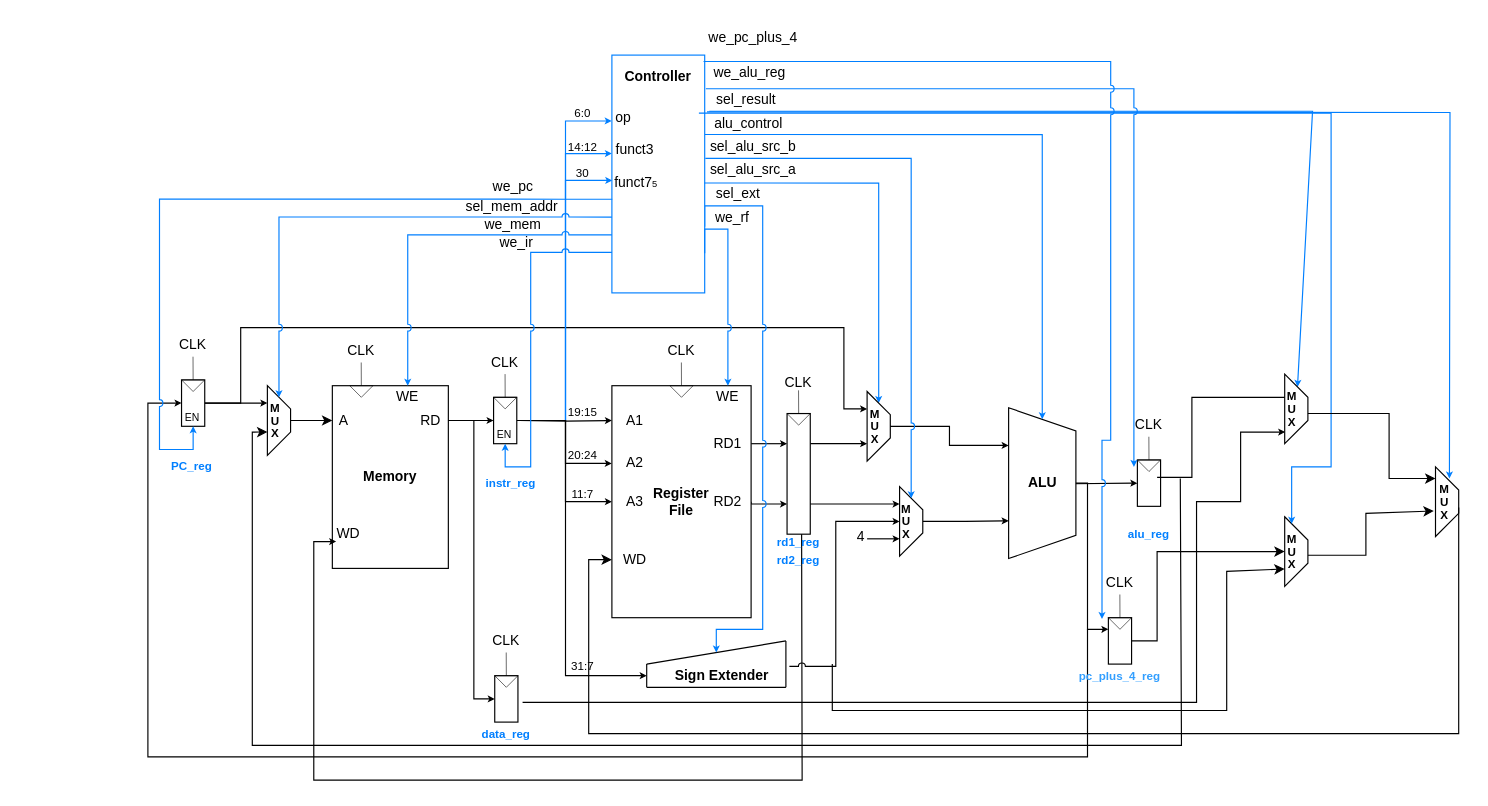
The draw.io diagram multi_cycle/rv_mc_drawio/hdl-2-1_finished.drawio in Mistryu/RISC-V-processor-Verilog, before the edit. Source tidied: cells renumbered, new cells numbered last; positions are measured from the earlier drawing's top-left corner, leaving out a move shared by most shapes. Both pictures are drawn from the tidied source at 116%, with x=0, y=0 at pixel (147, 20).
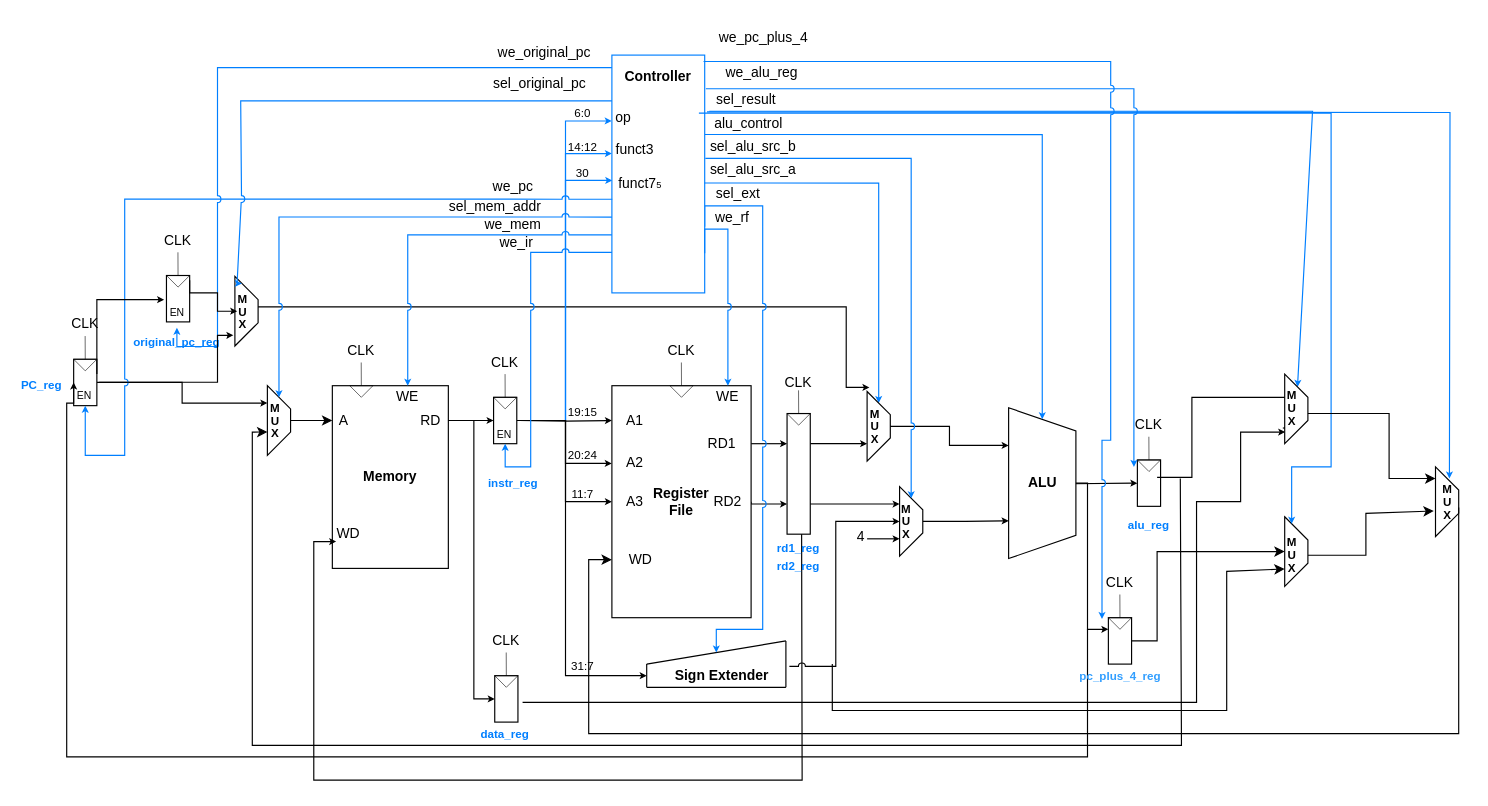
Above is the later version.

Unchanged cells that the change refers to:
```xml
<mxCell id="58" style="rounded=0;whiteSpace=wrap;html=1;strokeColor=#007FFF;" parent="1" vertex="1">
  <mxGeometry x="400" y="30" width="80" height="205" as="geometry" />
</mxCell>
<mxCell id="89" style="shape=trapezoid;perimeter=trapezoidPerimeter;whiteSpace=wrap;html=1;fixedSize=1;rotation=90;" parent="1" vertex="1">
  <mxGeometry x="600" y="340" width="60" height="20" as="geometry" />
</mxCell>
```

The edit, as a diff of the source:
```diff
@@
-    <mxCell id="2" style="edgeStyle=orthogonalEdgeStyle;rounded=0;jettySize=auto;html=1;exitX=1;exitY=0.5;exitDx=0;exitDy=0;entryX=0.25;entryY=1;entryDx=0;entryDy=0;endSize=3;startSize=3;" parent="1" edge="1" source="12" target="89">
+    <mxCell id="2" style="edgeStyle=orthogonalEdgeStyle;rounded=0;jettySize=auto;html=1;entryX=0.25;entryY=1;entryDx=0;entryDy=0;endSize=3;startSize=3;" parent="1" edge="1" source="156">
       <mxGeometry relative="1" as="geometry">
+        <mxPoint x="622" y="316.5" as="targetPoint" />
         <Array as="points">
-          <mxPoint x="80" y="330" />
-          <mxPoint x="80" y="265" />
-          <mxPoint x="600" y="265" />
-          <mxPoint x="600" y="335" />
+          <mxPoint x="82" y="247" />
+          <mxPoint x="602" y="247" />
+          <mxPoint x="602" y="317" />
         </Array>
       </mxGeometry>
     </mxCell>
@@
     <mxCell id="12" style="rounded=0;whiteSpace=wrap;html=1;" parent="1" vertex="1">
-      <mxGeometry x="29" y="310" width="20" height="40" as="geometry" />
+      <mxGeometry x="-64" y="292.2" width="20" height="40" as="geometry" />
     </mxCell>
     <mxCell id="13" style="edgeStyle=orthogonalEdgeStyle;rounded=0;jettySize=auto;html=1;exitX=0;exitY=0.5;exitDx=0;exitDy=0;endArrow=none;endFill=0;strokeWidth=0.5;" parent="1" edge="1" source="14">
       <mxGeometry relative="1" as="geometry">
-        <mxPoint x="38.9" y="290" as="targetPoint" />
+        <mxPoint x="-54.1" y="272.2" as="targetPoint" />
       </mxGeometry>
     </mxCell>
     <mxCell id="14" style="triangle;whiteSpace=wrap;html=1;rotation=90;strokeWidth=0.5;fillColor=none;" parent="1" vertex="1">
-      <mxGeometry x="34" y="305" width="10" height="20" as="geometry" />
+      <mxGeometry x="-59" y="287.2" width="10" height="20" as="geometry" />
     </mxCell>
@@
     <mxCell id="25" style="edgeStyle=orthogonalEdgeStyle;rounded=0;jettySize=auto;html=1;entryX=0;entryY=0.5;entryDx=0;entryDy=0;endSize=3;startSize=3;" parent="1" edge="1" target="12">
       <mxGeometry relative="1" as="geometry">
         <mxPoint x="810" y="525" as="sourcePoint" />
         <Array as="points">
           <mxPoint x="810" y="635" />
-          <mxPoint y="635" />
-          <mxPoint y="330" />
+          <mxPoint x="-70" y="635" />
+          <mxPoint x="-70" y="330" />
+          <mxPoint x="-64" y="330" />
         </Array>
       </mxGeometry>
     </mxCell>
@@
     <mxCell id="34" value="&lt;div style=&quot;line-height: 90%;&quot;&gt;&lt;font style=&quot;font-size: 10px; line-height: 90%;&quot;&gt;&lt;b&gt;M&lt;/b&gt;&lt;/font&gt;&lt;div&gt;&lt;font style=&quot;font-size: 10px; line-height: 90%;&quot;&gt;&lt;b&gt;U&lt;/b&gt;&lt;/font&gt;&lt;/div&gt;&lt;div&gt;&lt;font style=&quot;font-size: 10px; line-height: 90%;&quot;&gt;&lt;b&gt;X&lt;/b&gt;&lt;/font&gt;&lt;/div&gt;&lt;/div&gt;" style="rounded=0;whiteSpace=wrap;html=1;fillColor=none;strokeColor=none;" parent="1" vertex="1">
-      <mxGeometry x="1113" y="400" width="10" height="30" as="geometry" />
+      <mxGeometry x="1111.5" y="397.5" width="17" height="35" as="geometry" />
     </mxCell>
@@
     <mxCell id="43" value="RD1" style="rounded=0;whiteSpace=wrap;html=1;fillColor=none;strokeColor=none;" parent="1" vertex="1">
-      <mxGeometry x="490" y="355" width="20" height="20" as="geometry" />
+      <mxGeometry x="480" y="355" width="30" height="20" as="geometry" />
     </mxCell>
     <mxCell id="44" value="RD2" style="rounded=0;whiteSpace=wrap;html=1;fillColor=none;strokeColor=none;" parent="1" vertex="1">
-      <mxGeometry x="490" y="405" width="20" height="20" as="geometry" />
+      <mxGeometry x="485" y="405" width="30" height="20" as="geometry" />
     </mxCell>
     <mxCell id="45" value="WD" style="rounded=0;whiteSpace=wrap;html=1;fillColor=none;strokeColor=none;" parent="1" vertex="1">
-      <mxGeometry x="410" y="455" width="20" height="20" as="geometry" />
+      <mxGeometry x="410" y="455" width="30" height="20" as="geometry" />
     </mxCell>
@@
     <mxCell id="50" value="CLK" style="rounded=0;whiteSpace=wrap;html=1;fillColor=none;strokeColor=none;" parent="1" vertex="1">
-      <mxGeometry x="24" y="270" width="30" height="20" as="geometry" />
+      <mxGeometry x="-69" y="252.2" width="30" height="20" as="geometry" />
     </mxCell>
@@
     <mxCell id="66" value="funct3" style="rounded=0;whiteSpace=wrap;html=1;fillColor=none;strokeColor=none;" parent="1" vertex="1">
-      <mxGeometry x="410" y="102" width="20" height="20" as="geometry" />
+      <mxGeometry x="400" y="102" width="40" height="20" as="geometry" />
     </mxCell>
     <mxCell id="67" value="funct7&lt;font style=&quot;font-size: 8px;&quot;&gt;5&lt;/font&gt;" style="rounded=0;whiteSpace=wrap;html=1;fillColor=none;strokeColor=none;" parent="1" vertex="1">
-      <mxGeometry x="411" y="130" width="20" height="20" as="geometry" />
+      <mxGeometry x="400" y="131" width="49" height="20" as="geometry" />
     </mxCell>
@@
     <mxCell id="79" value="&lt;font style=&quot;font-size: 9px;&quot;&gt;EN&lt;/font&gt;" style="rounded=0;whiteSpace=wrap;html=1;fillColor=none;strokeColor=none;" parent="1" vertex="1">
-      <mxGeometry x="30.5" y="336.5" width="15" height="10" as="geometry" />
+      <mxGeometry x="-62.5" y="317.2" width="15" height="11.5" as="geometry" />
     </mxCell>
@@
     <mxCell id="112" style="edgeStyle=orthogonalEdgeStyle;rounded=0;jettySize=auto;html=1;exitX=0.5;exitY=1;exitDx=0;exitDy=0;entryX=0.004;entryY=0.606;entryDx=0;entryDy=0;entryPerimeter=0;startArrow=classic;startFill=1;endArrow=none;endFill=0;strokeColor=#007FFF;jumpStyle=arc;endSize=3;startSize=3;" parent="1" edge="1" source="12" target="58">
       <mxGeometry relative="1" as="geometry">
         <Array as="points">
-          <mxPoint x="39" y="370" />
-          <mxPoint x="10" y="370" />
-          <mxPoint x="10" y="154" />
+          <mxPoint x="-54" y="375" />
+          <mxPoint x="-20" y="375" />
+          <mxPoint x="-20" y="154" />
         </Array>
       </mxGeometry>
     </mxCell>
@@
     <mxCell id="115" value="sel_mem_addr" style="rounded=0;whiteSpace=wrap;html=1;fillColor=none;strokeColor=none;" parent="1" vertex="1">
-      <mxGeometry x="279" y="151" width="70" height="20" as="geometry" />
+      <mxGeometry x="250" y="151" width="99" height="20" as="geometry" />
     </mxCell>
@@
     <mxCell id="120" value="&lt;font style=&quot;color: rgb(0, 127, 255); font-size: 10px;&quot;&gt;&lt;b style=&quot;&quot;&gt;PC_reg&lt;/b&gt;&lt;/font&gt;" style="rounded=0;whiteSpace=wrap;html=1;fillColor=none;strokeColor=none;" parent="1" vertex="1">
-      <mxGeometry x="23" y="374" width="30" height="20" as="geometry" />
+      <mxGeometry x="-110" y="304" width="37" height="20" as="geometry" />
     </mxCell>
     <mxCell id="121" value="&lt;font style=&quot;color: rgb(0, 127, 255); font-size: 10px;&quot;&gt;&lt;b style=&quot;&quot;&gt;instr_reg&lt;/b&gt;&lt;/font&gt;" style="rounded=0;whiteSpace=wrap;html=1;fillColor=none;strokeColor=none;" parent="1" vertex="1">
-      <mxGeometry x="298" y="389" width="30" height="20" as="geometry" />
+      <mxGeometry x="289" y="389" width="52" height="20" as="geometry" />
     </mxCell>
     <mxCell id="122" value="&lt;font style=&quot;color: rgb(0, 127, 255); font-size: 10px;&quot;&gt;&lt;b style=&quot;&quot;&gt;data_reg&lt;/b&gt;&lt;/font&gt;" style="rounded=0;whiteSpace=wrap;html=1;fillColor=none;strokeColor=none;" parent="1" vertex="1">
-      <mxGeometry x="294" y="605" width="30" height="20" as="geometry" />
+      <mxGeometry x="285" y="605" width="46" height="20" as="geometry" />
     </mxCell>
     <mxCell id="123" value="&lt;font style=&quot;color: rgb(0, 127, 255); font-size: 10px;&quot;&gt;&lt;b style=&quot;&quot;&gt;rd1_reg&lt;/b&gt;&lt;/font&gt;&lt;div&gt;&lt;font style=&quot;color: rgb(0, 127, 255); font-size: 10px;&quot;&gt;&lt;b style=&quot;&quot;&gt;rd2_reg&lt;/b&gt;&lt;/font&gt;&lt;/div&gt;" style="rounded=0;whiteSpace=wrap;html=1;fillColor=none;strokeColor=none;" parent="1" vertex="1">
-      <mxGeometry x="546" y="447" width="30" height="20" as="geometry" />
+      <mxGeometry x="539" y="443" width="44" height="38" as="geometry" />
     </mxCell>
     <mxCell id="124" value="&lt;font style=&quot;color: rgb(0, 127, 255); font-size: 10px;&quot;&gt;&lt;b style=&quot;&quot;&gt;alu_reg&lt;/b&gt;&lt;/font&gt;" style="rounded=0;whiteSpace=wrap;html=1;fillColor=none;strokeColor=none;" parent="1" vertex="1">
-      <mxGeometry x="848" y="432.5" width="30" height="20" as="geometry" />
+      <mxGeometry x="842" y="425" width="42" height="20" as="geometry" />
     </mxCell>
@@
     <mxCell id="127" value="we_alu_reg" style="text;html=1;whiteSpace=wrap;strokeColor=none;fillColor=none;align=center;verticalAlign=middle;rounded=0;" parent="1" vertex="1">
-      <mxGeometry x="489" y="30" width="60" height="30" as="geometry" />
+      <mxGeometry x="489" y="30" width="81" height="30" as="geometry" />
     </mxCell>
@@
     <mxCell id="132" value="&lt;font color=&quot;#319eff&quot;&gt;&lt;span style=&quot;font-size: 10px;&quot;&gt;&lt;b&gt;pc_plus_4_reg&lt;/b&gt;&lt;/span&gt;&lt;/font&gt;" style="rounded=0;whiteSpace=wrap;html=1;fillColor=none;strokeColor=none;" parent="1" vertex="1">
-      <mxGeometry x="823" y="555" width="30" height="20" as="geometry" />
+      <mxGeometry x="794.5" y="555" width="87" height="20" as="geometry" />
     </mxCell>
@@
     <mxCell id="134" value="we_pc_plus_4" style="text;html=1;whiteSpace=wrap;strokeColor=none;fillColor=none;align=center;verticalAlign=middle;rounded=0;" parent="1" vertex="1">
-      <mxGeometry x="492" width="60" height="30" as="geometry" />
+      <mxGeometry x="492" width="78" height="30" as="geometry" />
     </mxCell>
@@
     <mxCell id="136" value="&lt;div style=&quot;line-height: 90%;&quot;&gt;&lt;font style=&quot;font-size: 10px; line-height: 90%;&quot;&gt;&lt;b&gt;M&lt;/b&gt;&lt;/font&gt;&lt;div&gt;&lt;font style=&quot;font-size: 10px; line-height: 90%;&quot;&gt;&lt;b&gt;U&lt;/b&gt;&lt;/font&gt;&lt;/div&gt;&lt;div&gt;&lt;font style=&quot;font-size: 10px; line-height: 90%;&quot;&gt;&lt;b&gt;X&lt;/b&gt;&lt;/font&gt;&lt;/div&gt;&lt;/div&gt;" style="rounded=0;whiteSpace=wrap;html=1;fillColor=none;strokeColor=none;" parent="1" vertex="1">
-      <mxGeometry x="983" y="320" width="7" height="30" as="geometry" />
+      <mxGeometry x="978" y="316.5" width="17" height="35" as="geometry" />
     </mxCell>
@@
     <mxCell id="139" value="&lt;div style=&quot;line-height: 90%;&quot;&gt;&lt;font style=&quot;font-size: 10px; line-height: 90%;&quot;&gt;&lt;b&gt;M&lt;/b&gt;&lt;/font&gt;&lt;div&gt;&lt;font style=&quot;font-size: 10px; line-height: 90%;&quot;&gt;&lt;b&gt;U&lt;/b&gt;&lt;/font&gt;&lt;/div&gt;&lt;div&gt;&lt;font style=&quot;font-size: 10px; line-height: 90%;&quot;&gt;&lt;b&gt;X&lt;/b&gt;&lt;/font&gt;&lt;/div&gt;&lt;/div&gt;" style="rounded=0;whiteSpace=wrap;html=1;fillColor=none;strokeColor=none;" parent="1" vertex="1">
-      <mxGeometry x="983" y="443" width="7" height="30" as="geometry" />
+      <mxGeometry x="978" y="442" width="17" height="38" as="geometry" />
     </mxCell>
@@
+    <mxCell id="146" style="rounded=0;whiteSpace=wrap;html=1;" parent="1" vertex="1">
+      <mxGeometry x="16" y="220" width="20" height="40" as="geometry" />
+    </mxCell>
+    <mxCell id="147" style="edgeStyle=orthogonalEdgeStyle;rounded=0;jettySize=auto;html=1;exitX=0;exitY=0.5;exitDx=0;exitDy=0;endArrow=none;endFill=0;strokeWidth=0.5;" parent="1" edge="1" source="148">
+      <mxGeometry relative="1" as="geometry">
+        <mxPoint x="25.9" y="200" as="targetPoint" />
+      </mxGeometry>
+    </mxCell>
+    <mxCell id="148" style="triangle;whiteSpace=wrap;html=1;rotation=90;strokeWidth=0.5;fillColor=none;" parent="1" vertex="1">
+      <mxGeometry x="21" y="215" width="10" height="20" as="geometry" />
+    </mxCell>
+    <mxCell id="149" value="CLK" style="rounded=0;whiteSpace=wrap;html=1;fillColor=none;strokeColor=none;" parent="1" vertex="1">
+      <mxGeometry x="11" y="180" width="30" height="20" as="geometry" />
+    </mxCell>
+    <mxCell id="150" value="&lt;font style=&quot;font-size: 9px;&quot;&gt;EN&lt;/font&gt;" style="rounded=0;whiteSpace=wrap;html=1;fillColor=none;strokeColor=none;" parent="1" vertex="1">
+      <mxGeometry x="17.5" y="245" width="15" height="11.5" as="geometry" />
+    </mxCell>
+    <mxCell id="151" value="&lt;font style=&quot;color: rgb(0, 127, 255); font-size: 10px;&quot;&gt;&lt;b style=&quot;&quot;&gt;original_pc_reg&lt;/b&gt;&lt;/font&gt;" style="rounded=0;whiteSpace=wrap;html=1;fillColor=none;strokeColor=none;" parent="1" vertex="1">
+      <mxGeometry x="-16.8" y="267.2" width="83.5" height="20" as="geometry" />
+    </mxCell>
+    <mxCell id="152" style="edgeStyle=orthogonalEdgeStyle;rounded=0;orthogonalLoop=1;jettySize=auto;html=1;entryX=0;entryY=0.681;entryDx=0;entryDy=0;entryPerimeter=0;startArrow=classic;startFill=1;endArrow=none;endFill=0;strokeColor=#007FFF;jumpStyle=arc;endSize=3;startSize=3;" parent="1" edge="1">
+      <mxGeometry relative="1" as="geometry">
+        <mxPoint x="25" y="265" as="sourcePoint" />
+        <mxPoint x="400" y="40.8" as="targetPoint" />
+        <Array as="points">
+          <mxPoint x="25" y="281.2" />
+          <mxPoint x="60" y="281.2" />
+          <mxPoint x="60" y="41.2" />
+        </Array>
+      </mxGeometry>
+    </mxCell>
+    <mxCell id="153" value="we_original_pc" style="rounded=0;whiteSpace=wrap;html=1;fillColor=none;strokeColor=none;" parent="1" vertex="1">
+      <mxGeometry x="298" y="18" width="88" height="20" as="geometry" />
+    </mxCell>
+    <mxCell id="154" style="edgeStyle=orthogonalEdgeStyle;rounded=0;orthogonalLoop=1;jettySize=auto;html=1;exitX=1;exitY=0.5;exitDx=0;exitDy=0;endSize=3;startSize=3;entryX=0;entryY=0.5;entryDx=0;entryDy=0;" parent="1" edge="1">
+      <mxGeometry relative="1" as="geometry">
+        <mxPoint x="-44" y="305" as="sourcePoint" />
+        <mxPoint x="14" y="240.8" as="targetPoint" />
+        <Array as="points">
+          <mxPoint x="-44" y="241" />
+        </Array>
+      </mxGeometry>
+    </mxCell>
+    <mxCell id="155" style="shape=trapezoid;perimeter=trapezoidPerimeter;whiteSpace=wrap;html=1;fixedSize=1;rotation=90;" parent="1" vertex="1">
+      <mxGeometry x="55" y="240.8" width="60" height="20" as="geometry" />
+    </mxCell>
+    <mxCell id="156" value="&lt;div style=&quot;line-height: 90%;&quot;&gt;&lt;font style=&quot;font-size: 10px; line-height: 90%;&quot;&gt;&lt;b&gt;M&lt;/b&gt;&lt;/font&gt;&lt;div&gt;&lt;font style=&quot;font-size: 10px; line-height: 90%;&quot;&gt;&lt;b&gt;U&lt;/b&gt;&lt;/font&gt;&lt;/div&gt;&lt;div&gt;&lt;font style=&quot;font-size: 10px; line-height: 90%;&quot;&gt;&lt;b&gt;X&lt;/b&gt;&lt;/font&gt;&lt;/div&gt;&lt;/div&gt;" style="rounded=0;whiteSpace=wrap;html=1;fillColor=none;strokeColor=none;" parent="1" vertex="1">
+      <mxGeometry x="77" y="235.8" width="10" height="30" as="geometry" />
+    </mxCell>
+    <mxCell id="157" style="edgeStyle=orthogonalEdgeStyle;rounded=0;jettySize=auto;html=1;exitX=1;exitY=0.5;exitDx=0;exitDy=0;endSize=3;startSize=3;entryX=0;entryY=0.5;entryDx=0;entryDy=0;" parent="1" edge="1" target="156">
+      <mxGeometry relative="1" as="geometry">
+        <mxPoint x="36" y="224.2" as="sourcePoint" />
+        <Array as="points">
+          <mxPoint x="36" y="235" />
+          <mxPoint x="60" y="235" />
+          <mxPoint x="60" y="251" />
+        </Array>
+      </mxGeometry>
+    </mxCell>
+    <mxCell id="158" style="edgeStyle=orthogonalEdgeStyle;rounded=0;jettySize=auto;html=1;exitX=1;exitY=0.5;exitDx=0;exitDy=0;entryX=-0.333;entryY=1.192;entryDx=0;entryDy=0;endSize=3;startSize=3;entryPerimeter=0;" parent="1" edge="1" target="156">
+      <mxGeometry relative="1" as="geometry">
+        <mxPoint x="-42" y="312" as="sourcePoint" />
+        <Array as="points">
+          <mxPoint x="60" y="312" />
+          <mxPoint x="60" y="272" />
+        </Array>
+      </mxGeometry>
+    </mxCell>
+    <mxCell id="159" style="edgeStyle=orthogonalEdgeStyle;rounded=0;jettySize=auto;html=1;entryX=0;entryY=0.681;entryDx=0;entryDy=0;entryPerimeter=0;startArrow=classic;startFill=1;endArrow=none;endFill=0;strokeColor=#007FFF;jumpStyle=arc;endSize=3;startSize=3;exitX=0;exitY=0.75;exitDx=0;exitDy=0;" parent="1" edge="1" source="155">
+      <mxGeometry relative="1" as="geometry">
+        <mxPoint x="400" y="69.5" as="targetPoint" />
+        <Array as="points">
+          <mxPoint x="80" y="227" />
+          <mxPoint x="80" y="70" />
+        </Array>
+      </mxGeometry>
+    </mxCell>
+    <mxCell id="160" value="sel_original_pc" style="rounded=0;whiteSpace=wrap;html=1;fillColor=none;strokeColor=none;" parent="1" vertex="1">
+      <mxGeometry x="294" y="45" width="88" height="20" as="geometry" />
+    </mxCell>
```
